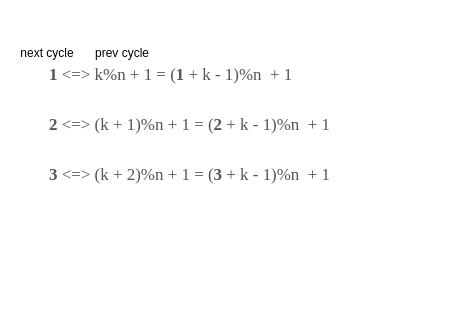
baoqger/drawing.io keeps this draw.io diagram as josephus.drawio. Above is the earlier version. Source tidied: cells renumbered, new cells numbered last; positions are measured from the earlier drawing's top-left corner, leaving out a move shared by most shapes. Both pictures are drawn from the tidied source at 100%, with x=0, y=0 at pixel (17, 38).
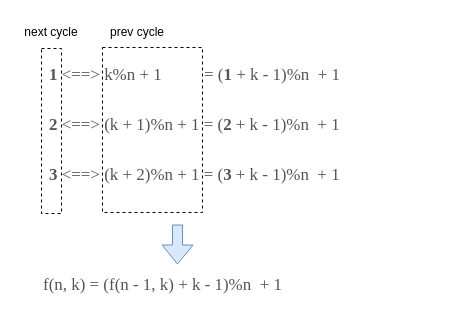
After the change.

What changed in the source:
```diff
@@
 <mxGraphModel>
   <root>
     <mxCell id="0" />
     <mxCell id="1" parent="0" />
-    <mxCell id="2" value="&lt;font face=&quot;KaTeX_Main, Times New Roman, serif&quot; color=&quot;#555555&quot;&gt;&lt;span style=&quot;font-size: 16.94px; background-color: rgb(255, 255, 255);&quot;&gt;&lt;b&gt;1&lt;/b&gt;&amp;nbsp;&amp;lt;=&amp;gt; k%n + 1 = (&lt;b&gt;1 &lt;/b&gt;+ k - 1)%n&amp;nbsp; + 1&lt;br&gt;&lt;br&gt;&lt;/span&gt;&lt;/font&gt;" style="text;whiteSpace=wrap;html=1;" parent="1" vertex="1">
+    <mxCell id="2" value="&lt;font face=&quot;KaTeX_Main, Times New Roman, serif&quot; color=&quot;#555555&quot;&gt;&lt;span style=&quot;font-size: 16.94px; background-color: rgb(255, 255, 255);&quot;&gt;&lt;b&gt;1&lt;/b&gt;&amp;nbsp;&amp;lt;==&amp;gt; k%n + 1&amp;nbsp; &amp;nbsp; &amp;nbsp; &amp;nbsp; &amp;nbsp; = (&lt;b&gt;1 &lt;/b&gt;+ k - 1)%n&amp;nbsp; + 1&lt;br&gt;&lt;br&gt;&lt;/span&gt;&lt;/font&gt;" style="text;whiteSpace=wrap;html=1;" parent="1" vertex="1">
       <mxGeometry x="30" y="20" width="400" height="40" as="geometry" />
     </mxCell>
-    <mxCell id="3" value="&lt;font face=&quot;KaTeX_Main, Times New Roman, serif&quot; color=&quot;#555555&quot;&gt;&lt;span style=&quot;font-size: 16.94px; background-color: rgb(255, 255, 255);&quot;&gt;&lt;b&gt;2&lt;/b&gt;&amp;nbsp;&amp;lt;=&amp;gt; (k + 1)%n + 1 = (&lt;b&gt;2&amp;nbsp;&lt;/b&gt;+ k - 1)%n&amp;nbsp; + 1&lt;br&gt;&lt;br&gt;&lt;/span&gt;&lt;/font&gt;" style="text;whiteSpace=wrap;html=1;" parent="1" vertex="1">
+    <mxCell id="3" value="&lt;font face=&quot;KaTeX_Main, Times New Roman, serif&quot; color=&quot;#555555&quot;&gt;&lt;span style=&quot;font-size: 16.94px; background-color: rgb(255, 255, 255);&quot;&gt;&lt;b&gt;2&lt;/b&gt;&amp;nbsp;&amp;lt;==&amp;gt; (k + 1)%n + 1 = (&lt;b&gt;2&amp;nbsp;&lt;/b&gt;+ k - 1)%n&amp;nbsp; + 1&lt;br&gt;&lt;br&gt;&lt;/span&gt;&lt;/font&gt;" style="text;whiteSpace=wrap;html=1;" parent="1" vertex="1">
       <mxGeometry x="30" y="70" width="400" height="40" as="geometry" />
     </mxCell>
-    <mxCell id="4" value="&lt;font face=&quot;KaTeX_Main, Times New Roman, serif&quot; color=&quot;#555555&quot;&gt;&lt;span style=&quot;font-size: 16.94px; background-color: rgb(255, 255, 255);&quot;&gt;&lt;b&gt;3&lt;/b&gt;&amp;nbsp;&amp;lt;=&amp;gt; (k + 2)%n + 1 = (&lt;b&gt;3&amp;nbsp;&lt;/b&gt;+ k - 1)%n&amp;nbsp; + 1&lt;br&gt;&lt;br&gt;&lt;/span&gt;&lt;/font&gt;" style="text;whiteSpace=wrap;html=1;" parent="1" vertex="1">
+    <mxCell id="4" value="&lt;font face=&quot;KaTeX_Main, Times New Roman, serif&quot; color=&quot;#555555&quot;&gt;&lt;span style=&quot;font-size: 16.94px; background-color: rgb(255, 255, 255);&quot;&gt;&lt;b&gt;3&lt;/b&gt;&amp;nbsp;&amp;lt;==&amp;gt; (k + 2)%n + 1 = (&lt;b&gt;3&amp;nbsp;&lt;/b&gt;+ k - 1)%n&amp;nbsp; + 1&lt;br&gt;&lt;br&gt;&lt;/span&gt;&lt;/font&gt;" style="text;whiteSpace=wrap;html=1;" parent="1" vertex="1">
       <mxGeometry x="30" y="120" width="400" height="40" as="geometry" />
     </mxCell>
     <mxCell id="5" value="next cycle" style="text;html=1;strokeColor=none;fillColor=none;align=center;verticalAlign=middle;whiteSpace=wrap;rounded=0;" parent="1" vertex="1">
-      <mxGeometry width="60" height="30" as="geometry" />
+      <mxGeometry x="4" y="-21" width="60" height="30" as="geometry" />
     </mxCell>
     <mxCell id="6" value="prev cycle" style="text;html=1;strokeColor=none;fillColor=none;align=center;verticalAlign=middle;whiteSpace=wrap;rounded=0;" parent="1" vertex="1">
-      <mxGeometry x="75" width="60" height="30" as="geometry" />
+      <mxGeometry x="90" y="-21" width="60" height="30" as="geometry" />
     </mxCell>
+    <mxCell id="7" style="rounded=0;whiteSpace=wrap;html=1;fillColor=none;dashed=1;" parent="1" vertex="1">
+      <mxGeometry x="24" y="10" width="20" height="165" as="geometry" />
+    </mxCell>
+    <mxCell id="8" style="rounded=0;whiteSpace=wrap;html=1;fillColor=none;dashed=1;" parent="1" vertex="1">
+      <mxGeometry x="85" y="9" width="100" height="165" as="geometry" />
+    </mxCell>
+    <mxCell id="9" style="shape=flexArrow;endArrow=classic;html=1;rounded=0;fillColor=#dae8fc;strokeColor=#6c8ebf;" parent="1" edge="1">
+      <mxGeometry relative="1" as="geometry">
+        <mxPoint x="160" y="186" as="sourcePoint" />
+        <mxPoint x="160" y="226" as="targetPoint" />
+      </mxGeometry>
+    </mxCell>
+    <mxCell id="10" value="&lt;font face=&quot;KaTeX_Main, Times New Roman, serif&quot; color=&quot;#555555&quot;&gt;&lt;span style=&quot;font-size: 16.94px; background-color: rgb(255, 255, 255);&quot;&gt;&lt;span&gt;f(n, k)&lt;/span&gt; = (&lt;/span&gt;&lt;/font&gt;&lt;span style=&quot;color: rgb(85, 85, 85); font-family: KaTeX_Main, &amp;quot;Times New Roman&amp;quot;, serif; font-size: 16.94px;&quot;&gt;f(n - 1, k)&amp;nbsp;&lt;/span&gt;&lt;font face=&quot;KaTeX_Main, Times New Roman, serif&quot; color=&quot;#555555&quot;&gt;&lt;span style=&quot;font-size: 16.94px; background-color: rgb(255, 255, 255);&quot;&gt;+ k - 1)%n&amp;nbsp; + 1&lt;br&gt;&lt;br&gt;&lt;/span&gt;&lt;/font&gt;" style="text;whiteSpace=wrap;html=1;fontStyle=0;" parent="1" vertex="1">
+      <mxGeometry x="24" y="230" width="400" height="40" as="geometry" />
+    </mxCell>
   </root>
 </mxGraphModel>
```
